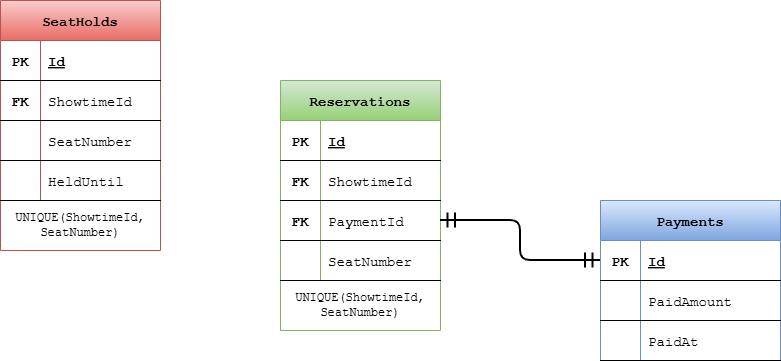
mazenaly256/Cinema-Seat-Reservation-System keeps this draw.io diagram as services/reservation-service/docs/database/reservation-service-database-relational-schema.png. Above is the earlier version. Source tidied: cells renumbered, new cells last; positions are measured from the earlier drawing's top-left corner, leaving out a move shared by most shapes.
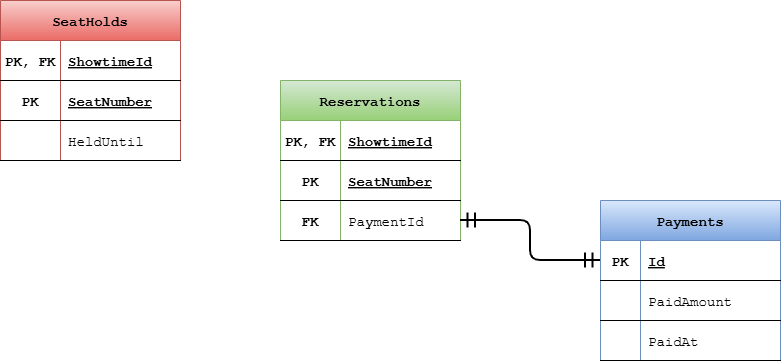
Above is the later version.

Commit message:
docs(reservation-service): update the database relational schema

What changed in the source:
```diff
@@ -3,84 +3,66 @@
     <mxCell id="0" />
     <mxCell id="1" parent="0" />
     <mxCell id="2" value="Reservations" style="shape=table;startSize=40;rowLines=0;fontStyle=1;align=center;fillColor=#d5e8d4;strokeColor=#82b366;fontSize=14;gradientColor=#97d077;fontFamily=Courier New;" parent="1" vertex="1">
-      <mxGeometry x="280" y="80" width="160" height="250" as="geometry" />
+      <mxGeometry x="280" y="80" width="180" height="160" as="geometry" />
     </mxCell>
-    <mxCell id="3" style="shape=partialRectangle;fillColor=none;top=0;left=0;right=0;bottom=1;fontSize=14;fontFamily=Courier New;" parent="2" vertex="1">
-      <mxGeometry y="40" width="160" height="40" as="geometry" />
-    </mxCell>
-    <mxCell id="4" value="PK" style="shape=partialRectangle;overflow=hidden;fillColor=none;top=0;left=0;bottom=0;right=0;fontStyle=1;fontSize=14;fontFamily=Courier New;" parent="3" vertex="1">
-      <mxGeometry width="40" height="40" as="geometry" />
-    </mxCell>
-    <mxCell id="5" value="Id" style="shape=partialRectangle;overflow=hidden;fillColor=none;top=0;left=0;bottom=0;right=0;align=left;spacingLeft=6;fontStyle=5;fontSize=14;fontFamily=Courier New;" parent="3" vertex="1">
-      <mxGeometry x="40" width="120" height="40" as="geometry" />
-    </mxCell>
     <mxCell id="6" style="shape=partialRectangle;fillColor=none;top=0;left=0;right=0;bottom=1;fontSize=14;fontFamily=Courier New;" parent="2" vertex="1">
-      <mxGeometry y="80" width="160" height="40" as="geometry" />
+      <mxGeometry y="40" width="180" height="40" as="geometry" />
     </mxCell>
-    <mxCell id="7" value="FK" style="shape=partialRectangle;overflow=hidden;fillColor=none;top=0;left=0;bottom=0;right=0;fontStyle=1;fontSize=14;fontFamily=Courier New;" parent="6" vertex="1">
-      <mxGeometry width="40" height="40" as="geometry" />
+    <mxCell id="7" value="PK, FK" style="shape=partialRectangle;overflow=hidden;fillColor=none;top=0;left=0;bottom=0;right=0;fontStyle=1;fontSize=14;fontFamily=Courier New;" parent="6" vertex="1">
+      <mxGeometry width="60" height="40" as="geometry" />
     </mxCell>
-    <mxCell id="8" value="ShowtimeId" style="shape=partialRectangle;overflow=hidden;fillColor=none;top=0;left=0;bottom=0;right=0;align=left;spacingLeft=6;fontStyle=0;fontSize=14;fontFamily=Courier New;" parent="6" vertex="1">
-      <mxGeometry x="40" width="120" height="40" as="geometry" />
+    <mxCell id="8" value="ShowtimeId" style="shape=partialRectangle;overflow=hidden;fillColor=none;top=0;left=0;bottom=0;right=0;align=left;spacingLeft=6;fontStyle=5;fontSize=14;fontFamily=Courier New;" parent="6" vertex="1">
+      <mxGeometry x="60" width="120" height="40" as="geometry" />
     </mxCell>
     <mxCell id="9" style="shape=partialRectangle;fillColor=none;points=[[0,0.5],[1,0.5]];portConstraint=eastwest;top=0;left=0;right=0;bottom=1;fontSize=14;fontFamily=Courier New;" parent="2" vertex="1">
-      <mxGeometry y="120" width="160" height="40" as="geometry" />
+      <mxGeometry y="80" width="180" height="40" as="geometry" />
     </mxCell>
-    <mxCell id="10" value="FK" style="shape=partialRectangle;overflow=hidden;fillColor=none;top=0;left=0;bottom=0;right=0;fontStyle=1;fontSize=14;fontFamily=Courier New;" parent="9" vertex="1">
-      <mxGeometry width="40" height="40" as="geometry" />
+    <mxCell id="10" value="PK" style="shape=partialRectangle;overflow=hidden;fillColor=none;top=0;left=0;bottom=0;right=0;fontStyle=1;fontSize=14;fontFamily=Courier New;" parent="9" vertex="1">
+      <mxGeometry width="60" height="40" as="geometry" />
     </mxCell>
-    <mxCell id="11" value="PaymentId" style="shape=partialRectangle;overflow=hidden;fillColor=none;top=0;left=0;bottom=0;right=0;align=left;spacingLeft=6;fontStyle=0;fontSize=14;fontFamily=Courier New;" parent="9" vertex="1">
-      <mxGeometry x="40" width="120" height="40" as="geometry" />
+    <mxCell id="11" value="SeatNumber" style="shape=partialRectangle;overflow=hidden;fillColor=none;top=0;left=0;bottom=0;right=0;align=left;spacingLeft=6;fontStyle=5;fontSize=14;fontFamily=Courier New;" parent="9" vertex="1">
+      <mxGeometry x="60" width="120" height="40" as="geometry" />
     </mxCell>
     <mxCell id="12" style="shape=partialRectangle;fillColor=none;points=[[0,0.5],[1,0.5]];portConstraint=eastwest;top=0;left=0;right=0;bottom=1;fontSize=14;fontFamily=Courier New;" parent="2" vertex="1">
-      <mxGeometry y="160" width="160" height="40" as="geometry" />
+      <mxGeometry y="120" width="180" height="40" as="geometry" />
     </mxCell>
-    <mxCell id="13" style="shape=partialRectangle;overflow=hidden;fillColor=none;top=0;left=0;bottom=0;right=0;fontStyle=1;fontSize=14;fontFamily=Courier New;" parent="12" vertex="1">
-      <mxGeometry width="40" height="40" as="geometry" />
+    <mxCell id="13" value="FK" style="shape=partialRectangle;overflow=hidden;fillColor=none;top=0;left=0;bottom=0;right=0;fontStyle=1;fontSize=14;fontFamily=Courier New;" parent="12" vertex="1">
+      <mxGeometry width="60" height="40" as="geometry" />
     </mxCell>
-    <mxCell id="14" value="SeatNumber" style="shape=partialRectangle;overflow=hidden;fillColor=none;top=0;left=0;bottom=0;right=0;align=left;spacingLeft=6;fontStyle=0;fontSize=14;fontFamily=Courier New;" parent="12" vertex="1">
-      <mxGeometry x="40" width="120" height="40" as="geometry" />
+    <mxCell id="14" value="PaymentId" style="shape=partialRectangle;overflow=hidden;fillColor=none;top=0;left=0;bottom=0;right=0;align=left;spacingLeft=6;fontStyle=0;fontSize=14;fontFamily=Courier New;" parent="12" vertex="1">
+      <mxGeometry x="60" width="120" height="40" as="geometry" />
     </mxCell>
     <mxCell id="15" value="SeatHolds" style="shape=table;startSize=40;rowLines=0;fontStyle=1;align=center;fillColor=#f8cecc;strokeColor=#b85450;fontSize=14;gradientColor=#ea6b66;fontFamily=Courier New;" parent="1" vertex="1">
-      <mxGeometry width="160" height="250" as="geometry" />
+      <mxGeometry width="180" height="160" as="geometry" />
     </mxCell>
     <mxCell id="16" style="shape=partialRectangle;fillColor=none;top=0;left=0;right=0;bottom=1;fontSize=14;fontFamily=Courier New;" parent="15" vertex="1">
-      <mxGeometry y="40" width="160" height="40" as="geometry" />
+      <mxGeometry y="40" width="180" height="40" as="geometry" />
     </mxCell>
-    <mxCell id="17" value="PK" style="shape=partialRectangle;overflow=hidden;fillColor=none;top=0;left=0;bottom=0;right=0;fontStyle=1;fontSize=14;fontFamily=Courier New;" parent="16" vertex="1">
-      <mxGeometry width="40" height="40" as="geometry" />
+    <mxCell id="17" value="PK, FK" style="shape=partialRectangle;overflow=hidden;fillColor=none;top=0;left=0;bottom=0;right=0;fontStyle=1;fontSize=14;fontFamily=Courier New;" parent="16" vertex="1">
+      <mxGeometry width="60" height="40" as="geometry" />
     </mxCell>
-    <mxCell id="18" value="Id" style="shape=partialRectangle;overflow=hidden;fillColor=none;top=0;left=0;bottom=0;right=0;align=left;spacingLeft=6;fontStyle=5;fontSize=14;fontFamily=Courier New;" parent="16" vertex="1">
-      <mxGeometry x="40" width="120" height="40" as="geometry" />
+    <mxCell id="18" value="ShowtimeId" style="shape=partialRectangle;overflow=hidden;fillColor=none;top=0;left=0;bottom=0;right=0;align=left;spacingLeft=6;fontStyle=5;fontSize=14;fontFamily=Courier New;" parent="16" vertex="1">
+      <mxGeometry x="60" width="120" height="40" as="geometry" />
     </mxCell>
     <mxCell id="19" style="shape=partialRectangle;fillColor=none;top=0;left=0;right=0;bottom=1;fontSize=14;fontFamily=Courier New;" parent="15" vertex="1">
-      <mxGeometry y="80" width="160" height="40" as="geometry" />
+      <mxGeometry y="80" width="180" height="40" as="geometry" />
     </mxCell>
-    <mxCell id="20" value="FK" style="shape=partialRectangle;overflow=hidden;fillColor=none;top=0;left=0;bottom=0;right=0;fontStyle=1;fontSize=14;fontFamily=Courier New;" parent="19" vertex="1">
-      <mxGeometry width="40" height="40" as="geometry" />
+    <mxCell id="20" value="PK" style="shape=partialRectangle;overflow=hidden;fillColor=none;top=0;left=0;bottom=0;right=0;fontStyle=1;fontSize=14;fontFamily=Courier New;" parent="19" vertex="1">
+      <mxGeometry width="60" height="40" as="geometry" />
     </mxCell>
-    <mxCell id="21" value="ShowtimeId" style="shape=partialRectangle;overflow=hidden;fillColor=none;top=0;left=0;bottom=0;right=0;align=left;spacingLeft=6;fontStyle=0;fontSize=14;fontFamily=Courier New;" parent="19" vertex="1">
-      <mxGeometry x="40" width="120" height="40" as="geometry" />
+    <mxCell id="21" value="SeatNumber" style="shape=partialRectangle;overflow=hidden;fillColor=none;top=0;left=0;bottom=0;right=0;align=left;spacingLeft=6;fontStyle=5;fontSize=14;fontFamily=Courier New;" parent="19" vertex="1">
+      <mxGeometry x="60" width="120" height="40" as="geometry" />
     </mxCell>
-    <mxCell id="22" style="shape=partialRectangle;fillColor=none;top=0;left=0;right=0;bottom=1;fontSize=14;fontFamily=Courier New;" parent="15" vertex="1">
-      <mxGeometry y="120" width="160" height="40" as="geometry" />
-    </mxCell>
-    <mxCell id="23" style="shape=partialRectangle;overflow=hidden;fillColor=none;top=0;left=0;bottom=0;right=0;fontStyle=1;fontSize=14;fontFamily=Courier New;" parent="22" vertex="1">
-      <mxGeometry width="40" height="40" as="geometry" />
-    </mxCell>
-    <mxCell id="24" value="SeatNumber" style="shape=partialRectangle;overflow=hidden;fillColor=none;top=0;left=0;bottom=0;right=0;align=left;spacingLeft=6;fontStyle=0;fontSize=14;fontFamily=Courier New;" parent="22" vertex="1">
-      <mxGeometry x="40" width="120" height="40" as="geometry" />
-    </mxCell>
     <mxCell id="25" style="shape=partialRectangle;fillColor=none;top=0;left=0;right=0;bottom=1;fontSize=14;fontFamily=Courier New;" parent="15" vertex="1">
-      <mxGeometry y="160" width="160" height="40" as="geometry" />
+      <mxGeometry y="120" width="180" height="40" as="geometry" />
     </mxCell>
     <mxCell id="26" style="shape=partialRectangle;overflow=hidden;fillColor=none;top=0;left=0;bottom=0;right=0;fontStyle=1;fontSize=14;fontFamily=Courier New;" parent="25" vertex="1">
-      <mxGeometry width="40" height="40" as="geometry" />
+      <mxGeometry width="60" height="40" as="geometry" />
     </mxCell>
     <mxCell id="27" value="HeldUntil" style="shape=partialRectangle;overflow=hidden;fillColor=none;top=0;left=0;bottom=0;right=0;align=left;spacingLeft=6;fontStyle=0;fontSize=14;fontFamily=Courier New;" parent="25" vertex="1">
-      <mxGeometry x="40" width="120" height="40" as="geometry" />
+      <mxGeometry x="60" width="120" height="40" as="geometry" />
     </mxCell>
-    <mxCell id="28" style="edgeStyle=orthogonalEdgeStyle;rounded=1;jettySize=auto;html=1;entryX=1;entryY=0.5;entryDx=0;entryDy=0;curved=0;endArrow=ERmandOne;endFill=0;startArrow=ERmandOne;startFill=0;exitX=0;exitY=0.5;exitDx=0;exitDy=0;startSize=12;endSize=12;strokeWidth=2;fontSize=14;fontFamily=Courier New;" parent="1" edge="1" source="30" target="9">
+    <mxCell id="28" style="edgeStyle=orthogonalEdgeStyle;rounded=1;jettySize=auto;html=1;entryX=1;entryY=0.5;entryDx=0;entryDy=0;curved=0;endArrow=ERmandOne;endFill=0;startArrow=ERmandOne;startFill=0;exitX=0;exitY=0.5;exitDx=0;exitDy=0;startSize=12;endSize=12;strokeWidth=2;fontSize=14;fontFamily=Courier New;" parent="1" edge="1" source="30" target="12">
       <mxGeometry relative="1" as="geometry" />
     </mxCell>
     <mxCell id="29" value="Payments" style="shape=table;startSize=40;rowLines=0;fontStyle=1;align=center;fillColor=#dae8fc;strokeColor=#6c8ebf;fontSize=14;gradientColor=#7ea6e0;fontFamily=Courier New;" parent="1" vertex="1">
@@ -113,11 +95,5 @@
     <mxCell id="38" value="PaidAt" style="shape=partialRectangle;overflow=hidden;fillColor=none;top=0;left=0;bottom=0;right=0;align=left;spacingLeft=6;fontStyle=0;fontSize=14;fontFamily=Courier New;" parent="36" vertex="1">
       <mxGeometry x="40" width="140" height="40" as="geometry" />
     </mxCell>
-    <mxCell id="39" value="UNIQUE(ShowtimeId, SeatNumber&lt;span style=&quot;background-color: transparent; color: light-dark(rgb(0, 0, 0), rgb(255, 255, 255));&quot;&gt;)&lt;/span&gt;" style="text;html=1;whiteSpace=wrap;strokeColor=none;fillColor=none;align=center;verticalAlign=middle;rounded=0;fontFamily=Courier New;" parent="1" vertex="1">
-      <mxGeometry y="210" width="160" height="30" as="geometry" />
-    </mxCell>
-    <mxCell id="40" value="UNIQUE(ShowtimeId, SeatNumber&lt;span style=&quot;background-color: transparent; color: light-dark(rgb(0, 0, 0), rgb(255, 255, 255));&quot;&gt;)&lt;/span&gt;" style="text;html=1;whiteSpace=wrap;strokeColor=none;fillColor=none;align=center;verticalAlign=middle;rounded=0;fontFamily=Courier New;" parent="1" vertex="1">
-      <mxGeometry x="280" y="290" width="160" height="30" as="geometry" />
-    </mxCell>
   </root>
 </mxGraphModel>
```
